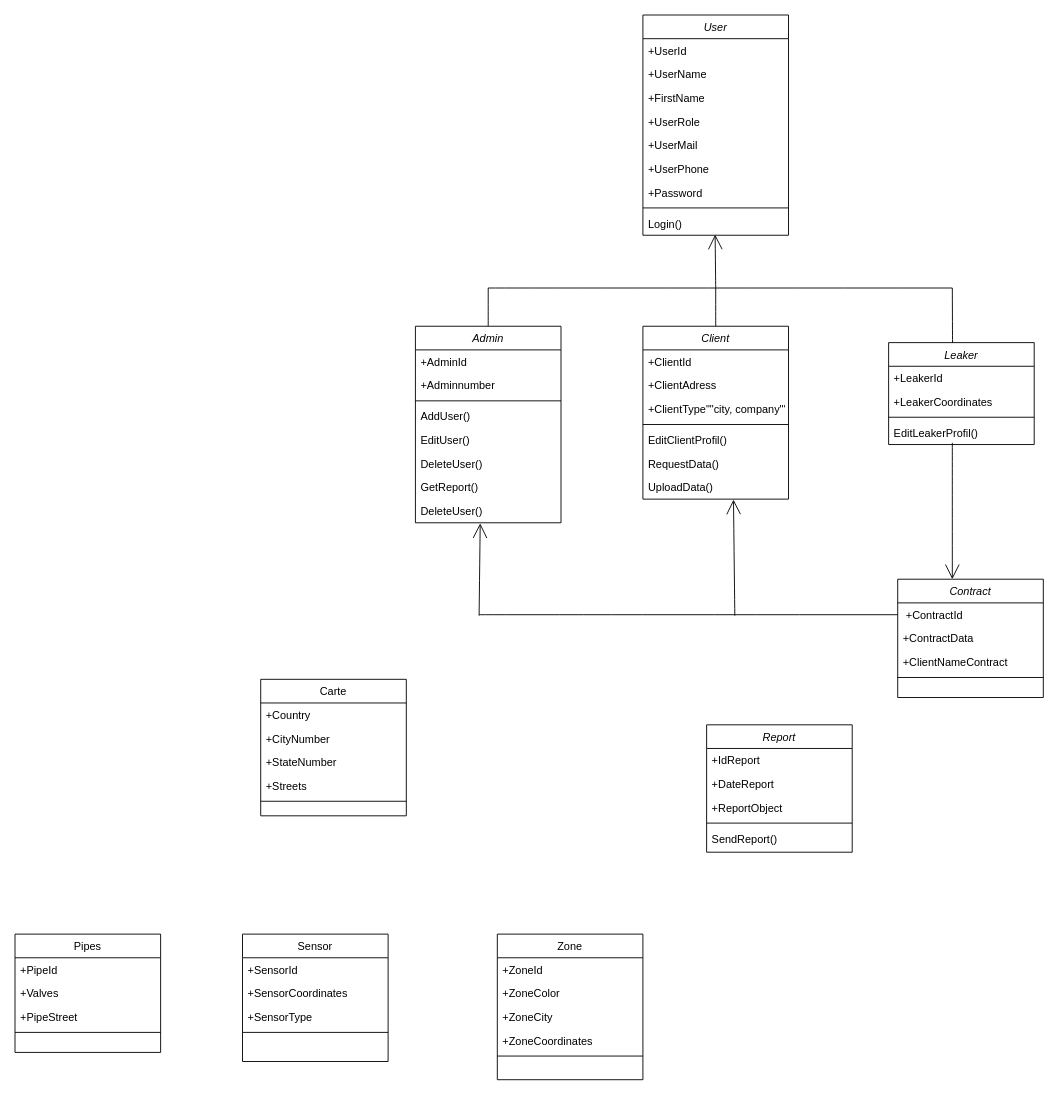
The draw.io diagram class Diagram 1.drawio in fyirass/Printly-website, before the edit. Source tidied: cells renumbered, new cells numbered last; positions are measured from the earlier drawing's top-left corner, leaving out a move shared by most shapes. Both pictures are drawn from the tidied source at 91%, with x=0, y=0 at pixel (15, 15).
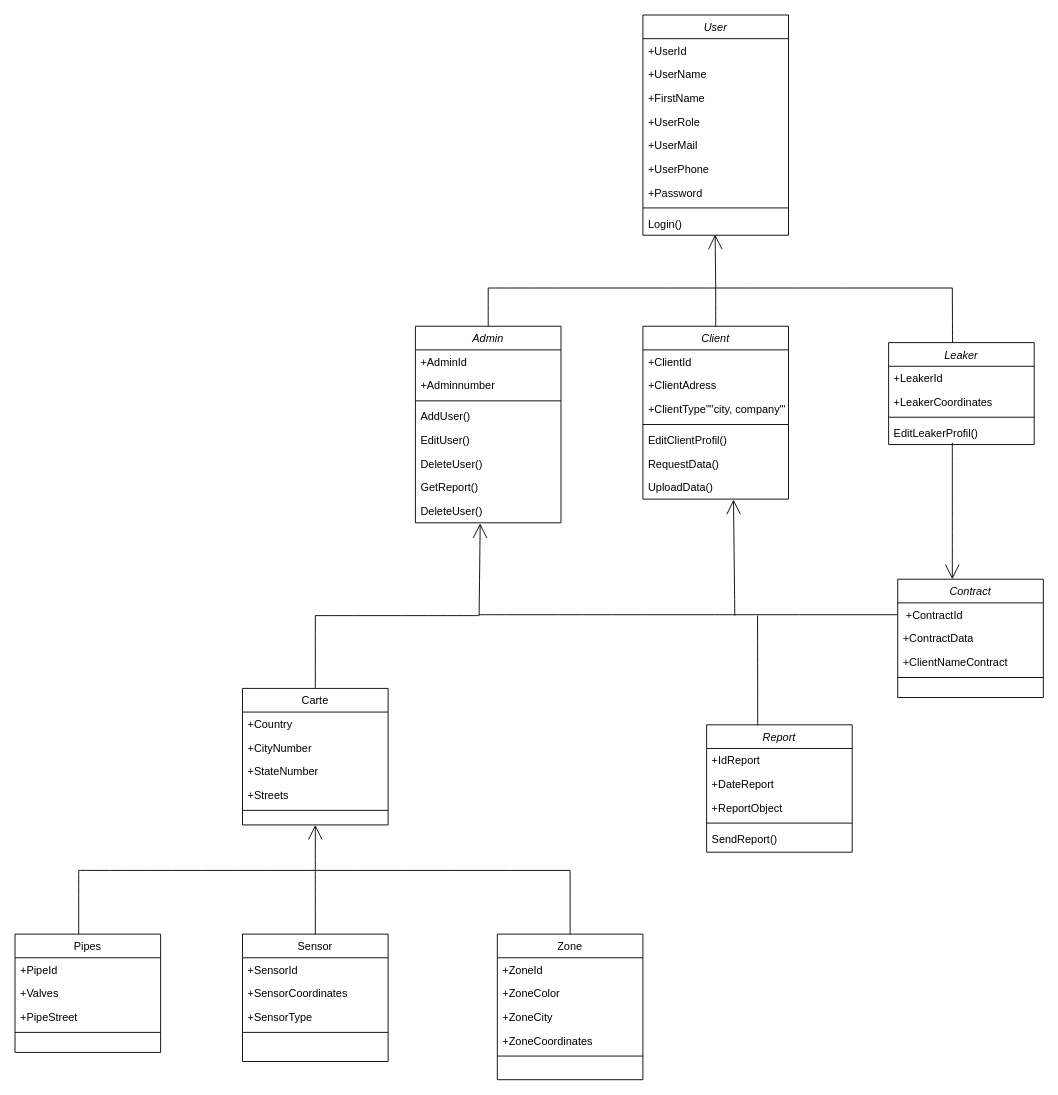
After the change.

The change refers to these unchanged cells:
```xml
<mxCell id="34" value="Report" style="swimlane;fontStyle=2;align=center;verticalAlign=top;horizontal=1;startSize=26;rounded=0;shadow=0;strokeWidth=1;" parent="1" vertex="1">
  <mxGeometry x="760" y="780" width="160" height="140" as="geometry" />
</mxCell>
<mxCell id="40" value="Zone" style="swimlane;fontStyle=0;align=center;verticalAlign=top;horizontal=1;startSize=26;rounded=0;shadow=0;strokeWidth=1;" parent="1" vertex="1">
  <mxGeometry x="530" y="1010" width="160" height="160" as="geometry" />
</mxCell>
<mxCell id="57" value="Sensor" style="swimlane;fontStyle=0;align=center;verticalAlign=top;horizontal=1;startSize=26;rounded=0;shadow=0;strokeWidth=1;" parent="1" vertex="1">
  <mxGeometry x="250" y="1010" width="160" height="140" as="geometry" />
</mxCell>
```

Change to the diagram source:
```diff
@@
     <mxCell id="51" value="Carte" style="swimlane;fontStyle=0;align=center;verticalAlign=top;horizontal=1;startSize=26;rounded=0;shadow=0;strokeWidth=1;" parent="1" vertex="1">
-      <mxGeometry x="270" y="730" width="160" height="150" as="geometry" />
+      <mxGeometry x="250" y="740" width="160" height="150" as="geometry" />
     </mxCell>
@@
+    <mxCell id="76" style="endArrow=none;html=1;rounded=0;fontSize=12;startSize=14;endSize=14;sourcePerimeterSpacing=8;targetPerimeterSpacing=8;curved=1;exitX=0.351;exitY=0.003;exitDx=0;exitDy=0;exitPerimeter=0;" parent="1" edge="1" source="34">
+      <mxGeometry relative="1" as="geometry">
+        <mxPoint x="816" y="660" as="targetPoint" />
+      </mxGeometry>
+    </mxCell>
+    <mxCell id="77" style="endArrow=none;html=1;rounded=0;fontSize=12;startSize=14;endSize=14;sourcePerimeterSpacing=8;targetPerimeterSpacing=8;curved=1;" parent="1" edge="1">
+      <mxGeometry relative="1" as="geometry">
+        <mxPoint x="70" y="940" as="sourcePoint" />
+        <mxPoint x="610" y="940" as="targetPoint" />
+      </mxGeometry>
+    </mxCell>
+    <mxCell id="78" style="endArrow=none;html=1;rounded=0;fontSize=12;startSize=14;endSize=14;sourcePerimeterSpacing=8;targetPerimeterSpacing=8;curved=1;entryX=0.5;entryY=0;entryDx=0;entryDy=0;" parent="1" edge="1" target="40">
+      <mxGeometry relative="1" as="geometry">
+        <mxPoint x="610" y="940" as="sourcePoint" />
+      </mxGeometry>
+    </mxCell>
+    <mxCell id="79" style="endArrow=none;html=1;rounded=0;fontSize=12;startSize=14;endSize=14;sourcePerimeterSpacing=8;targetPerimeterSpacing=8;curved=1;entryX=0.5;entryY=0;entryDx=0;entryDy=0;" parent="1" edge="1" target="57">
+      <mxGeometry relative="1" as="geometry">
+        <mxPoint x="330" y="940" as="sourcePoint" />
+      </mxGeometry>
+    </mxCell>
+    <mxCell id="80" style="endArrow=none;html=1;rounded=0;fontSize=12;startSize=14;endSize=14;sourcePerimeterSpacing=8;targetPerimeterSpacing=8;curved=1;" parent="1" edge="1">
+      <mxGeometry relative="1" as="geometry">
+        <mxPoint x="70" y="940" as="sourcePoint" />
+        <mxPoint x="70" y="1010" as="targetPoint" />
+      </mxGeometry>
+    </mxCell>
+    <mxCell id="81" style="edgeStyle=none;jettySize=auto;html=1;rounded=0;fontSize=12;endArrow=open;startSize=14;endSize=14;sourcePerimeterSpacing=8;targetPerimeterSpacing=8;curved=1;entryX=0.5;entryY=1;entryDx=0;entryDy=0;" parent="1" edge="1" target="51">
+      <mxGeometry relative="1" as="geometry">
+        <mxPoint x="330" y="940" as="sourcePoint" />
+      </mxGeometry>
+    </mxCell>
+    <mxCell id="82" style="endArrow=none;html=1;rounded=0;fontSize=12;startSize=14;endSize=14;sourcePerimeterSpacing=8;targetPerimeterSpacing=8;curved=1;" parent="1" edge="1">
+      <mxGeometry relative="1" as="geometry">
+        <mxPoint x="510" y="660" as="sourcePoint" />
+        <mxPoint x="330" y="660" as="targetPoint" />
+      </mxGeometry>
+    </mxCell>
+    <mxCell id="83" style="endArrow=none;html=1;rounded=0;fontSize=12;startSize=14;endSize=14;sourcePerimeterSpacing=8;targetPerimeterSpacing=8;curved=1;exitX=0.5;exitY=0;exitDx=0;exitDy=0;" parent="1" edge="1" source="51">
+      <mxGeometry relative="1" as="geometry">
+        <mxPoint x="330" y="660" as="targetPoint" />
+      </mxGeometry>
+    </mxCell>
```
